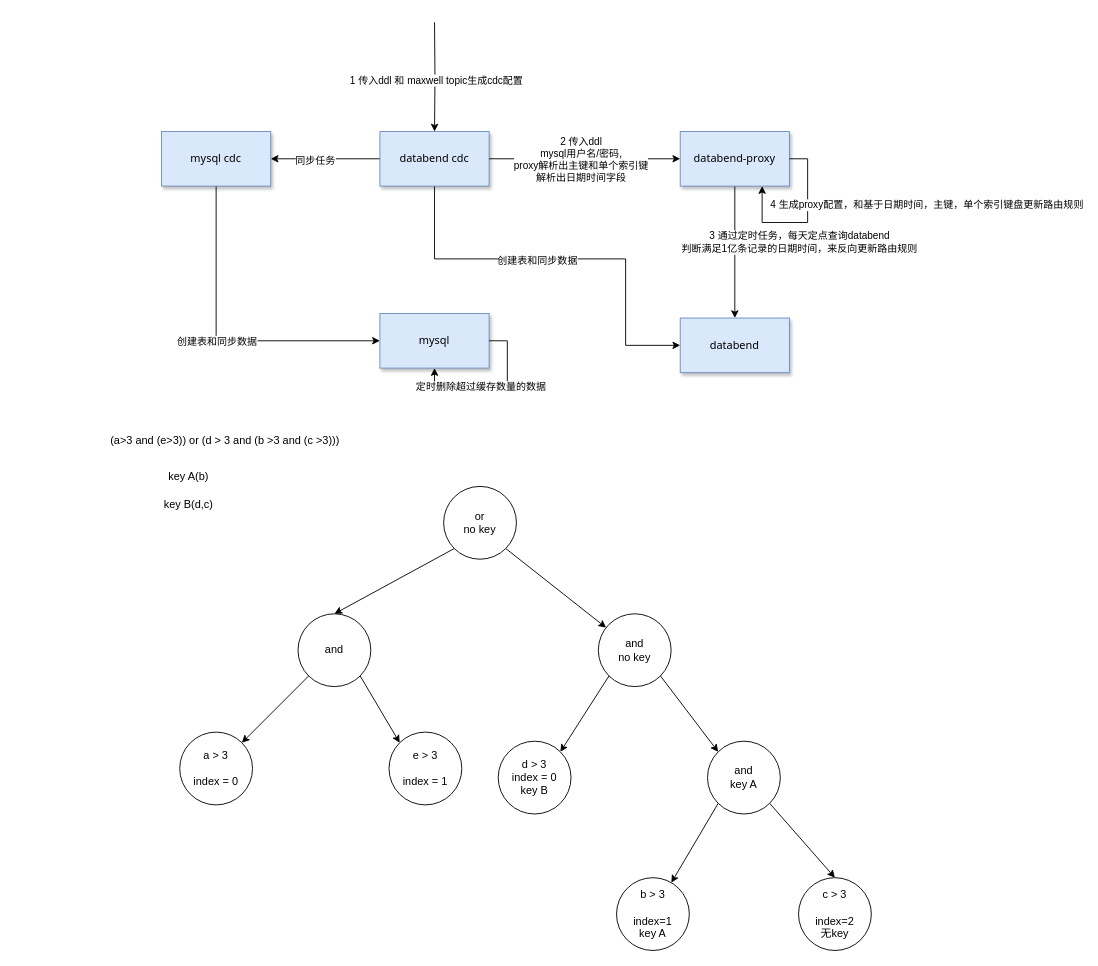
Earlier version of the draw.io diagram doc/databend-mysql缓存实现设计.drawio (jackjoesh/databend). Source tidied: cells renumbered, new cells numbered last; positions are measured from the earlier drawing's top-left corner, leaving out a move shared by most shapes. Both pictures are drawn from the tidied source at 91%, with x=0, y=0 at pixel (15, 22).
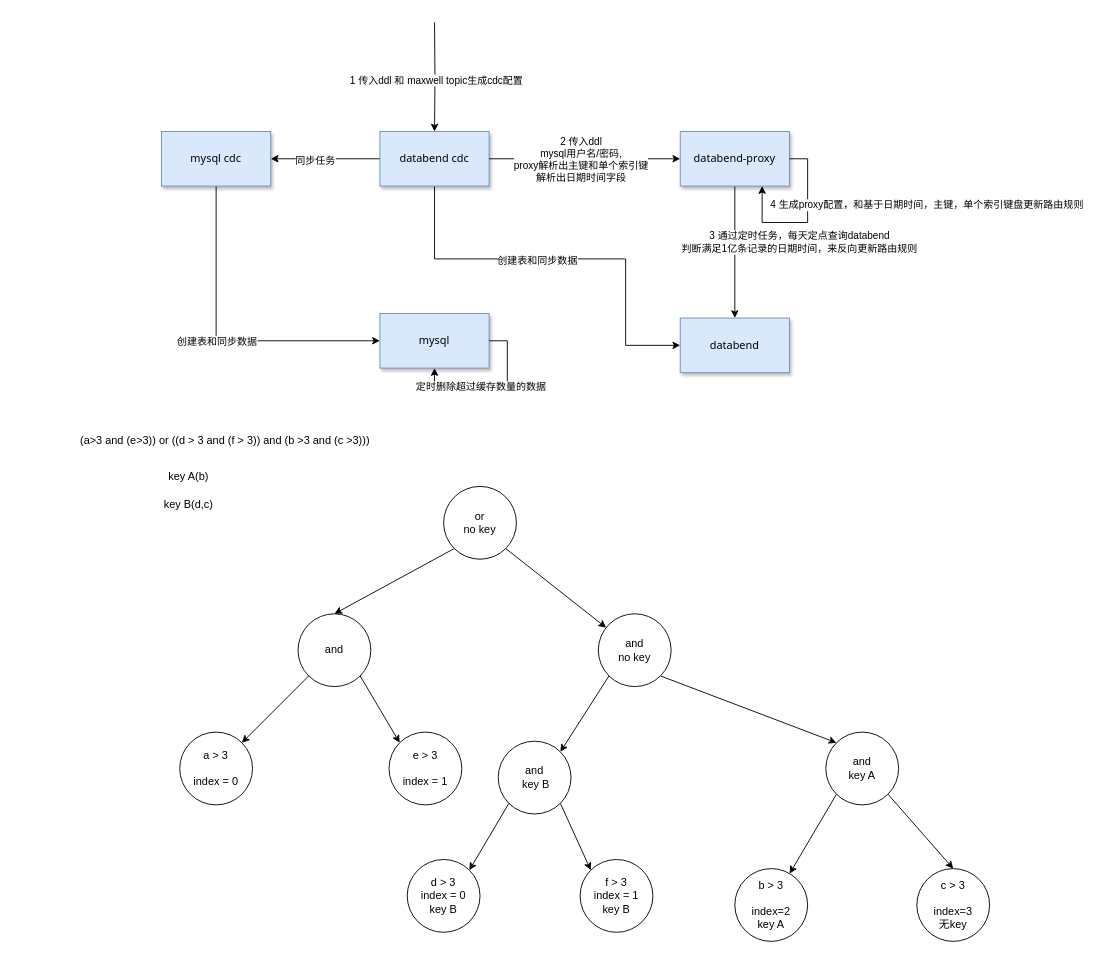
The same page after the edit.

Commit message:
更新databend-mysql缓存实现设计.drawio

Change to the diagram source:
```diff
@@
-    <mxCell id="26" value="(a&amp;gt;3 and (e&amp;gt;3)) or (d &amp;gt; 3 and (b &amp;gt;3 and (c &amp;gt;3)))" style="text;html=1;align=center;verticalAlign=middle;whiteSpace=wrap;rounded=0;" parent="1" vertex="1">
+    <mxCell id="26" value="(a&amp;gt;3 and (e&amp;gt;3)) or ((d &amp;gt; 3 and (f &amp;gt; 3)) and (b &amp;gt;3 and (c &amp;gt;3)))" style="text;html=1;align=center;verticalAlign=middle;whiteSpace=wrap;rounded=0;" parent="1" vertex="1">
       <mxGeometry y="440" width="460" height="40" as="geometry" />
     </mxCell>
@@
+    <mxCell id="43" style="rounded=0;jettySize=auto;html=1;exitX=0;exitY=1;exitDx=0;exitDy=0;entryX=1;entryY=0;entryDx=0;entryDy=0;" parent="1" edge="1" source="33" target="45">
+      <mxGeometry relative="1" as="geometry" />
+    </mxCell>
+    <mxCell id="44" style="rounded=0;jettySize=auto;html=1;exitX=1;exitY=1;exitDx=0;exitDy=0;entryX=0;entryY=0;entryDx=0;entryDy=0;" parent="1" edge="1" source="33" target="46">
+      <mxGeometry relative="1" as="geometry" />
+    </mxCell>
-    <mxCell id="33" value="d &amp;gt; 3&lt;br&gt;index = 0&lt;br&gt;key B" style="ellipse;whiteSpace=wrap;html=1;" parent="1" vertex="1">
+    <mxCell id="33" value="and&lt;div&gt;&amp;nbsp;key B&lt;/div&gt;" style="ellipse;whiteSpace=wrap;html=1;" parent="1" vertex="1">
       <mxGeometry x="530" y="790" width="80" height="80" as="geometry" />
     </mxCell>
@@
     <mxCell id="36" value="and&lt;br&gt;key A" style="ellipse;whiteSpace=wrap;html=1;" parent="1" vertex="1">
-      <mxGeometry x="760" y="790" width="80" height="80" as="geometry" />
+      <mxGeometry x="890" y="780" width="80" height="80" as="geometry" />
     </mxCell>
-    <mxCell id="37" value="b &amp;gt; 3&lt;br&gt;&lt;br&gt;index=1&lt;br&gt;key A" style="ellipse;whiteSpace=wrap;html=1;" parent="1" vertex="1">
-      <mxGeometry x="660" y="940" width="80" height="80" as="geometry" />
+    <mxCell id="37" value="b &amp;gt; 3&lt;br&gt;&lt;br&gt;index=2&lt;br&gt;key A" style="ellipse;whiteSpace=wrap;html=1;" parent="1" vertex="1">
+      <mxGeometry x="790" y="930" width="80" height="80" as="geometry" />
     </mxCell>
-    <mxCell id="38" value="c &amp;gt; 3&lt;br&gt;&lt;br&gt;index=2&lt;br&gt;无key" style="ellipse;whiteSpace=wrap;html=1;" parent="1" vertex="1">
-      <mxGeometry x="860" y="940" width="80" height="80" as="geometry" />
+    <mxCell id="38" value="c &amp;gt; 3&lt;br&gt;&lt;br&gt;index=3&lt;br&gt;无key" style="ellipse;whiteSpace=wrap;html=1;" parent="1" vertex="1">
+      <mxGeometry x="990" y="930" width="80" height="80" as="geometry" />
     </mxCell>
@@
+    <mxCell id="45" value="d &amp;gt; 3&lt;br&gt;index = 0&lt;br&gt;key B" style="ellipse;whiteSpace=wrap;html=1;" parent="1" vertex="1">
+      <mxGeometry x="430" y="920" width="80" height="80" as="geometry" />
+    </mxCell>
+    <mxCell id="46" value="f &amp;gt; 3&lt;br&gt;index = 1&lt;br&gt;key B" style="ellipse;whiteSpace=wrap;html=1;" parent="1" vertex="1">
+      <mxGeometry x="620" y="920" width="80" height="80" as="geometry" />
+    </mxCell>
```
